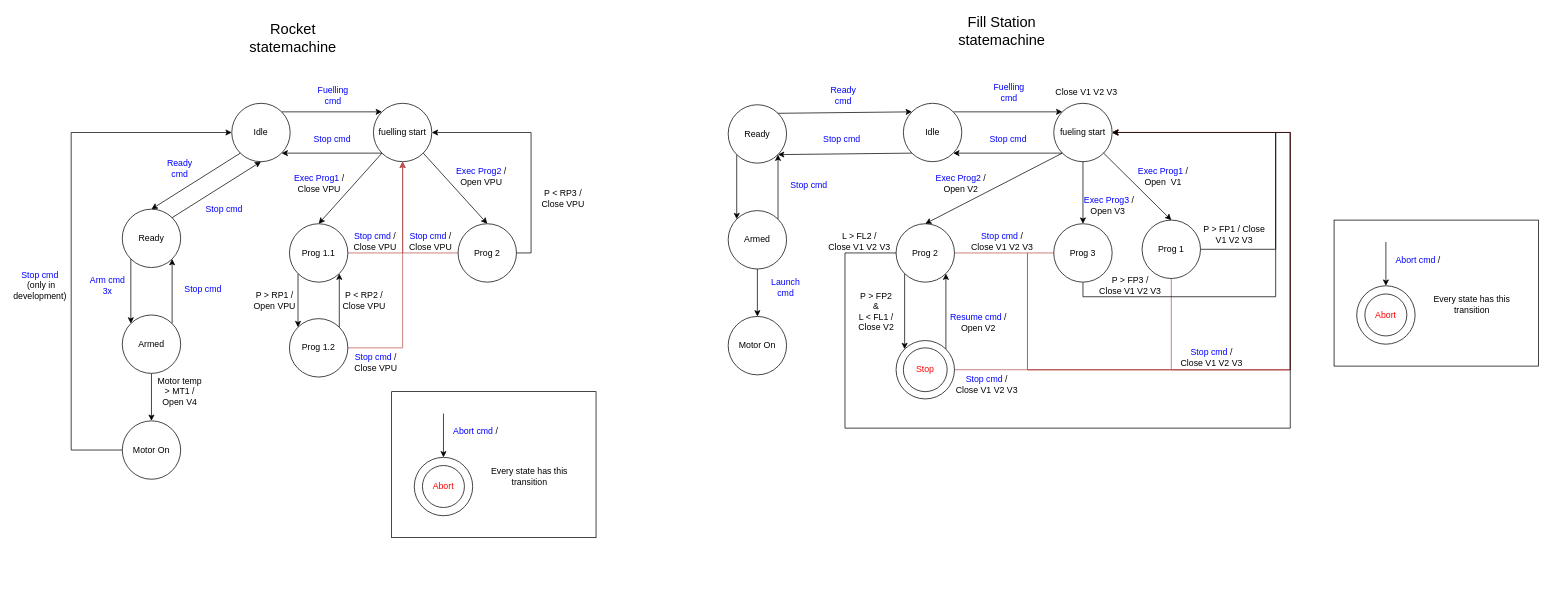
Earlier version of the draw.io diagram page "Maquinas de estado" (4 of 5) of SupportingDocs/EmbededT1.drawio (dvalnn/INV2_Firmware). Source tidied: cells renumbered, new cells numbered last; positions are measured from the earlier drawing's top-left corner, leaving out a move shared by most shapes. Both pictures are drawn from the tidied source at 73%, with x=0, y=0 at pixel (12, 19).
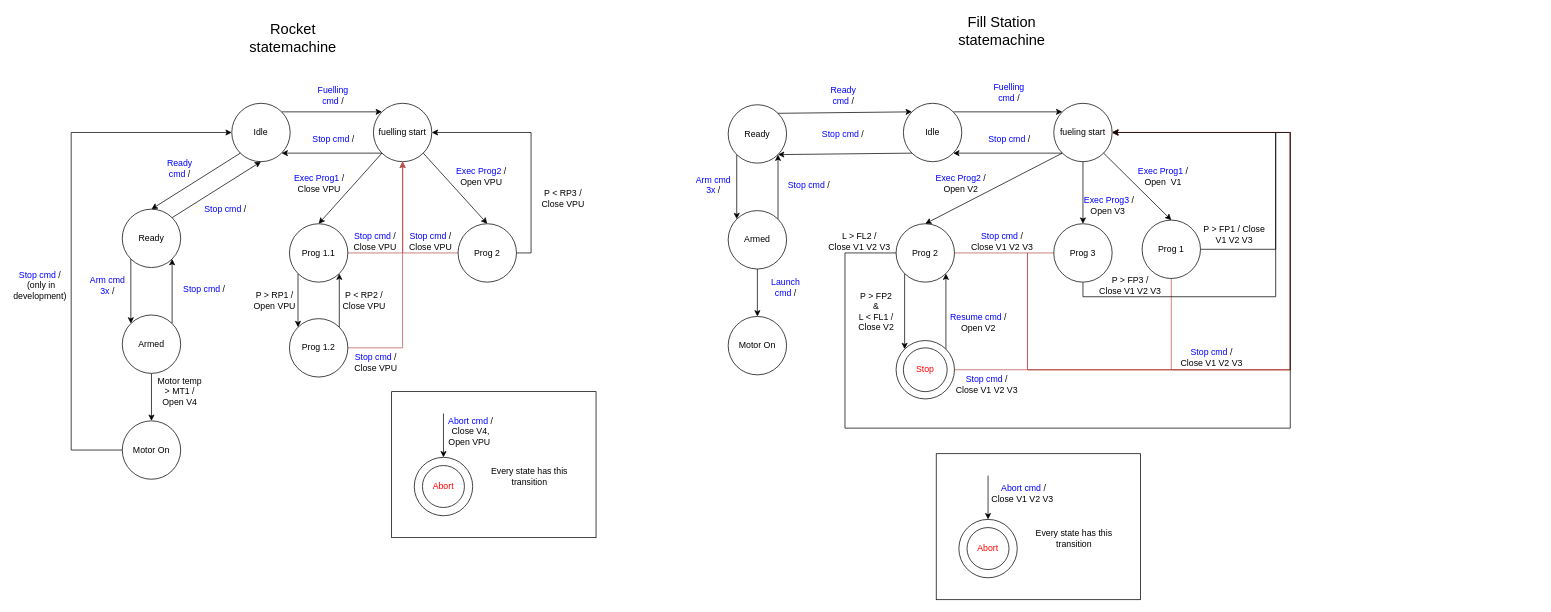
After the change.

The edit, as a diff of the source:
```diff
@@
-    <mxCell id="24" value="&lt;font color=&quot;#0000ff&quot;&gt;Fuelling cmd&lt;/font&gt;" style="text;html=1;align=center;verticalAlign=middle;whiteSpace=wrap;rounded=0;" parent="1" vertex="1">
+    <mxCell id="24" value="&lt;font color=&quot;#0000ff&quot;&gt;Fuelling cmd &lt;/font&gt;/" style="text;html=1;align=center;verticalAlign=middle;whiteSpace=wrap;rounded=0;" parent="1" vertex="1">
       <mxGeometry x="409" y="90" width="60" height="30" as="geometry" />
     </mxCell>
@@
-    <mxCell id="39" value="&lt;font color=&quot;#0000ff&quot;&gt;Fuelling cmd&lt;/font&gt;" style="text;html=1;align=center;verticalAlign=middle;whiteSpace=wrap;rounded=0;" parent="1" vertex="1">
+    <mxCell id="39" value="&lt;font color=&quot;#0000ff&quot;&gt;Fuelling cmd&lt;/font&gt;&lt;font style=&quot;border-color: var(--border-color); color: rgb(0, 0, 255);&quot; color=&quot;#0000ff&quot;&gt;&amp;nbsp;&lt;/font&gt;&lt;font style=&quot;border-color: var(--border-color);&quot; color=&quot;#000000&quot;&gt;/&lt;/font&gt;" style="text;html=1;align=center;verticalAlign=middle;whiteSpace=wrap;rounded=0;" parent="1" vertex="1">
       <mxGeometry x="1335" y="85" width="60" height="30" as="geometry" />
     </mxCell>
@@
-    <mxCell id="44" value="Close V1 V2 V3" style="text;html=1;align=center;verticalAlign=middle;whiteSpace=wrap;rounded=0;" parent="1" vertex="1">
-      <mxGeometry x="1426" y="85" width="90" height="30" as="geometry" />
-    </mxCell>
@@
-    <mxCell id="73" value="&lt;font color=&quot;#0000ff&quot;&gt;Stop cmd&amp;nbsp;&lt;/font&gt;" style="text;html=1;align=center;verticalAlign=middle;whiteSpace=wrap;rounded=0;" parent="1" vertex="1">
+    <mxCell id="73" value="&lt;font color=&quot;#0000ff&quot;&gt;Stop cmd&lt;/font&gt;&lt;font style=&quot;border-color: var(--border-color);&quot; color=&quot;#0000ff&quot;&gt;&amp;nbsp;&lt;/font&gt;/" style="text;html=1;align=center;verticalAlign=middle;whiteSpace=wrap;rounded=0;" parent="1" vertex="1">
       <mxGeometry x="401.5" y="150" width="75" height="30" as="geometry" />
     </mxCell>
@@
-    <mxCell id="80" value="&lt;font color=&quot;#0000ff&quot;&gt;Stop cmd&lt;br&gt;&amp;nbsp;&lt;/font&gt;(only in development)" style="text;html=1;align=center;verticalAlign=middle;whiteSpace=wrap;rounded=0;" parent="1" vertex="1">
+    <mxCell id="80" value="&lt;font color=&quot;#0000ff&quot;&gt;Stop cmd&lt;/font&gt;&lt;font style=&quot;border-color: var(--border-color); color: rgb(0, 0, 255);&quot; color=&quot;#0000ff&quot;&gt;&amp;nbsp;&lt;/font&gt;&lt;font style=&quot;border-color: var(--border-color);&quot; color=&quot;#000000&quot;&gt;/&lt;/font&gt;&lt;font color=&quot;#0000ff&quot;&gt;&lt;br&gt;&amp;nbsp;&lt;/font&gt;(only in development)" style="text;html=1;align=center;verticalAlign=middle;whiteSpace=wrap;rounded=0;" parent="1" vertex="1">
       <mxGeometry y="350" width="75" height="30" as="geometry" />
     </mxCell>
-    <mxCell id="81" value="&lt;font color=&quot;#0000ff&quot;&gt;Stop cmd&amp;nbsp;&lt;/font&gt;" style="text;html=1;align=center;verticalAlign=middle;whiteSpace=wrap;rounded=0;" parent="1" vertex="1">
+    <mxCell id="81" value="&lt;font color=&quot;#0000ff&quot;&gt;Stop cmd&lt;/font&gt;&lt;font style=&quot;border-color: var(--border-color); color: rgb(0, 0, 255);&quot; color=&quot;#0000ff&quot;&gt;&amp;nbsp;&lt;/font&gt;&lt;font style=&quot;border-color: var(--border-color);&quot; color=&quot;#000000&quot;&gt;/&lt;/font&gt;&lt;font color=&quot;#0000ff&quot;&gt;&lt;br&gt;&lt;/font&gt;" style="text;html=1;align=center;verticalAlign=middle;whiteSpace=wrap;rounded=0;" parent="1" vertex="1">
       <mxGeometry x="1327.5" y="150" width="75" height="30" as="geometry" />
     </mxCell>
-    <mxCell id="82" value="&lt;font color=&quot;#0000ff&quot;&gt;Stop cmd&amp;nbsp;&lt;/font&gt;" style="text;html=1;align=center;verticalAlign=middle;whiteSpace=wrap;rounded=0;" parent="1" vertex="1">
+    <mxCell id="82" value="&lt;font color=&quot;#0000ff&quot;&gt;Stop cmd&lt;/font&gt;&lt;font style=&quot;border-color: var(--border-color);&quot; color=&quot;#0000ff&quot;&gt;&amp;nbsp;&lt;/font&gt;/&lt;font color=&quot;#0000ff&quot;&gt;&lt;br&gt;&lt;/font&gt;" style="text;html=1;align=center;verticalAlign=middle;whiteSpace=wrap;rounded=0;" parent="1" vertex="1">
       <mxGeometry x="254" y="245" width="75" height="30" as="geometry" />
     </mxCell>
-    <mxCell id="83" value="&lt;font color=&quot;#0000ff&quot;&gt;Stop cmd&amp;nbsp;&lt;/font&gt;" style="text;html=1;align=center;verticalAlign=middle;whiteSpace=wrap;rounded=0;" parent="1" vertex="1">
+    <mxCell id="83" value="&lt;font color=&quot;#0000ff&quot;&gt;Stop cmd&lt;/font&gt;&lt;font style=&quot;border-color: var(--border-color);&quot; color=&quot;#0000ff&quot;&gt;&amp;nbsp;&lt;/font&gt;/&lt;font color=&quot;#0000ff&quot;&gt;&lt;br&gt;&lt;/font&gt;" style="text;html=1;align=center;verticalAlign=middle;whiteSpace=wrap;rounded=0;" parent="1" vertex="1">
       <mxGeometry x="225" y="355" width="75" height="30" as="geometry" />
     </mxCell>
-    <mxCell id="84" value="Ready cmd" style="text;html=1;align=center;verticalAlign=middle;whiteSpace=wrap;rounded=0;fontColor=#0000FF;" parent="1" vertex="1">
+    <mxCell id="84" value="Ready cmd &lt;font color=&quot;#000000&quot;&gt;/&lt;/font&gt;" style="text;html=1;align=center;verticalAlign=middle;whiteSpace=wrap;rounded=0;fontColor=#0000FF;" parent="1" vertex="1">
       <mxGeometry x="204" y="190" width="50" height="30" as="geometry" />
     </mxCell>
-    <mxCell id="85" value="Arm cmd&lt;br&gt;3x" style="text;html=1;align=center;verticalAlign=middle;whiteSpace=wrap;rounded=0;fontColor=#0000FF;" parent="1" vertex="1">
+    <mxCell id="85" value="Arm cmd&lt;br&gt;3x&lt;font style=&quot;border-color: var(--border-color);&quot; color=&quot;#0000ff&quot;&gt;&amp;nbsp;&lt;/font&gt;&lt;font color=&quot;#000000&quot; style=&quot;border-color: var(--border-color);&quot;&gt;/&lt;/font&gt;" style="text;html=1;align=center;verticalAlign=middle;whiteSpace=wrap;rounded=0;fontColor=#0000FF;" parent="1" vertex="1">
       <mxGeometry x="100" y="350" width="60" height="30" as="geometry" />
     </mxCell>
@@
-    <mxCell id="88" value="&lt;font color=&quot;#0000ff&quot;&gt;Abort cmd&lt;/font&gt; /&amp;nbsp;" style="text;html=1;align=center;verticalAlign=middle;whiteSpace=wrap;rounded=0;" parent="1" vertex="1">
-      <mxGeometry x="592" y="550" width="88" height="30" as="geometry" />
+    <mxCell id="88" value="&lt;font color=&quot;#0000ff&quot;&gt;Abort cmd&lt;/font&gt; / Close V4, Open VPU&amp;nbsp;" style="text;html=1;align=center;verticalAlign=middle;whiteSpace=wrap;rounded=0;" parent="1" vertex="1">
+      <mxGeometry x="592" y="550" width="71" height="30" as="geometry" />
     </mxCell>
@@
     <mxCell id="90" style="rounded=0;whiteSpace=wrap;html=1;" parent="1" vertex="1">
-      <mxGeometry x="1810" y="275" width="280" height="200" as="geometry" />
+      <mxGeometry x="1265" y="595" width="280" height="200" as="geometry" />
     </mxCell>
     <mxCell id="91" style="ellipse;whiteSpace=wrap;html=1;" parent="1" vertex="1">
-      <mxGeometry x="1841" y="365" width="80" height="80" as="geometry" />
+      <mxGeometry x="1296" y="685" width="80" height="80" as="geometry" />
     </mxCell>
     <mxCell id="92" value="&lt;font color=&quot;#ff0000&quot;&gt;Abort&lt;/font&gt;" style="ellipse;whiteSpace=wrap;html=1;" parent="1" vertex="1">
-      <mxGeometry x="1852.2" y="376.2" width="57.5" height="57.5" as="geometry" />
+      <mxGeometry x="1307.2" y="696.2" width="57.5" height="57.5" as="geometry" />
     </mxCell>
     <mxCell id="93" value="Every state has this transition" style="text;html=1;align=center;verticalAlign=middle;whiteSpace=wrap;rounded=0;" parent="1" vertex="1">
-      <mxGeometry x="1941" y="376.2" width="116" height="30" as="geometry" />
+      <mxGeometry x="1396" y="696.2" width="116" height="30" as="geometry" />
     </mxCell>
-    <mxCell id="94" value="&lt;font color=&quot;#0000ff&quot;&gt;Abort cmd&lt;/font&gt; /&amp;nbsp;" style="text;html=1;align=center;verticalAlign=middle;whiteSpace=wrap;rounded=0;" parent="1" vertex="1">
-      <mxGeometry x="1883" y="315" width="88" height="30" as="geometry" />
+    <mxCell id="94" value="&lt;font color=&quot;#0000ff&quot;&gt;Abort cmd&lt;/font&gt; /&lt;br&gt;Close V1 V2 V3&amp;nbsp;" style="text;html=1;align=center;verticalAlign=middle;whiteSpace=wrap;rounded=0;" parent="1" vertex="1">
+      <mxGeometry x="1338" y="635" width="94" height="30" as="geometry" />
     </mxCell>
     <mxCell id="95" style="endArrow=classic;html=1;rounded=0;entryX=0.5;entryY=0;entryDx=0;entryDy=0;" parent="1" edge="1" target="91">
       <mxGeometry relative="1" as="geometry">
-        <mxPoint x="1881" y="305" as="sourcePoint" />
+        <mxPoint x="1336" y="625" as="sourcePoint" />
       </mxGeometry>
     </mxCell>
@@
-    <mxCell id="103" value="&lt;font color=&quot;#0000ff&quot;&gt;Stop cmd&amp;nbsp;&lt;/font&gt;" style="text;html=1;align=center;verticalAlign=middle;whiteSpace=wrap;rounded=0;" parent="1" vertex="1">
+    <mxCell id="103" value="&lt;font color=&quot;#0000ff&quot;&gt;Stop cmd&lt;/font&gt;&lt;font style=&quot;border-color: var(--border-color); color: rgb(0, 0, 255);&quot; color=&quot;#0000ff&quot;&gt;&amp;nbsp;&lt;/font&gt;&lt;font style=&quot;border-color: var(--border-color);&quot; color=&quot;#000000&quot;&gt;/&lt;/font&gt;&lt;font color=&quot;#0000ff&quot;&gt;&lt;br&gt;&amp;nbsp;&lt;/font&gt;" style="text;html=1;align=center;verticalAlign=middle;whiteSpace=wrap;rounded=0;" parent="1" vertex="1">
       <mxGeometry x="1100" y="150" width="75" height="30" as="geometry" />
     </mxCell>
-    <mxCell id="104" value="&lt;font color=&quot;#0000ff&quot;&gt;Stop cmd&amp;nbsp;&lt;/font&gt;" style="text;html=1;align=center;verticalAlign=middle;whiteSpace=wrap;rounded=0;" parent="1" vertex="1">
+    <mxCell id="104" value="&lt;font color=&quot;#0000ff&quot;&gt;Stop cmd&lt;/font&gt;&lt;font style=&quot;border-color: var(--border-color); color: rgb(0, 0, 255);&quot; color=&quot;#0000ff&quot;&gt;&amp;nbsp;&lt;/font&gt;&lt;font style=&quot;border-color: var(--border-color);&quot; color=&quot;#000000&quot;&gt;/&lt;/font&gt;&lt;font color=&quot;#0000ff&quot;&gt;&amp;nbsp;&lt;/font&gt;" style="text;html=1;align=center;verticalAlign=middle;whiteSpace=wrap;rounded=0;" parent="1" vertex="1">
       <mxGeometry x="1055" y="212" width="75" height="30" as="geometry" />
     </mxCell>
-    <mxCell id="105" value="Ready cmd" style="text;html=1;align=center;verticalAlign=middle;whiteSpace=wrap;rounded=0;fontColor=#0000FF;" parent="1" vertex="1">
+    <mxCell id="105" value="Ready cmd&lt;font style=&quot;border-color: var(--border-color);&quot; color=&quot;#0000ff&quot;&gt;&amp;nbsp;&lt;/font&gt;&lt;font style=&quot;border-color: var(--border-color);&quot; color=&quot;#000000&quot;&gt;/&lt;/font&gt;" style="text;html=1;align=center;verticalAlign=middle;whiteSpace=wrap;rounded=0;fontColor=#0000FF;" parent="1" vertex="1">
       <mxGeometry x="1112.5" y="90" width="50" height="30" as="geometry" />
     </mxCell>
-    <mxCell id="106" value="&lt;font color=&quot;#0000ff&quot;&gt;Launch cmd&lt;/font&gt;" style="text;html=1;align=center;verticalAlign=middle;whiteSpace=wrap;rounded=0;" parent="1" vertex="1">
+    <mxCell id="106" value="&lt;font color=&quot;#0000ff&quot;&gt;Launch cmd&lt;/font&gt;&lt;font style=&quot;border-color: var(--border-color); color: rgb(0, 0, 255);&quot; color=&quot;#0000ff&quot;&gt;&amp;nbsp;&lt;/font&gt;&lt;font style=&quot;border-color: var(--border-color);&quot; color=&quot;#000000&quot;&gt;/&lt;/font&gt;" style="text;html=1;align=center;verticalAlign=middle;whiteSpace=wrap;rounded=0;" parent="1" vertex="1">
       <mxGeometry x="1026" y="352" width="66" height="30" as="geometry" />
     </mxCell>
@@
+    <mxCell id="108" value="Arm cmd&lt;br&gt;3x&lt;font style=&quot;border-color: var(--border-color);&quot; color=&quot;#0000ff&quot;&gt;&amp;nbsp;&lt;/font&gt;&lt;font color=&quot;#000000&quot; style=&quot;border-color: var(--border-color);&quot;&gt;/&lt;/font&gt;" style="text;html=1;align=center;verticalAlign=middle;whiteSpace=wrap;rounded=0;fontColor=#0000FF;" parent="1" vertex="1">
+      <mxGeometry x="930" y="212" width="60" height="30" as="geometry" />
+    </mxCell>
```
